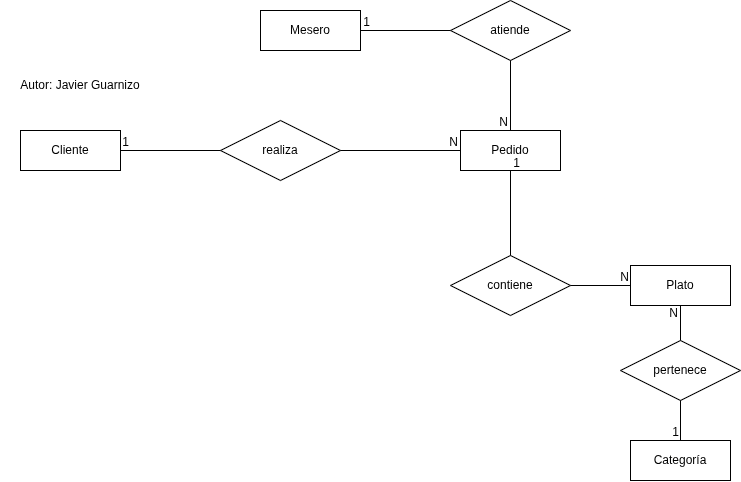
The draw.io diagram AA/EjerciciosEntidadRelación/Ejercicio2.drawio.png in TheJavier37/Portafolio_Base_De_Datos, before a commit. Source tidied: cells renumbered, new cells last; positions are measured from the earlier drawing's top-left corner, leaving out a move shared by most shapes. Its diagram source:
```xml
<mxGraphModel>
  <root>
    <mxCell id="0" />
    <mxCell id="1" parent="0" />
    <mxCell id="2" value="Cliente" style="whiteSpace=wrap;html=1;align=center;" parent="1" vertex="1">
      <mxGeometry x="20" y="130" width="100" height="40" as="geometry" />
    </mxCell>
    <mxCell id="3" value="realiza" style="shape=rhombus;perimeter=rhombusPerimeter;whiteSpace=wrap;html=1;align=center;" parent="1" vertex="1">
      <mxGeometry x="220" y="120" width="120" height="60" as="geometry" />
    </mxCell>
    <mxCell id="4" value="Pedido" style="whiteSpace=wrap;html=1;align=center;" parent="1" vertex="1">
      <mxGeometry x="460" y="130" width="100" height="40" as="geometry" />
    </mxCell>
    <mxCell id="5" value="Plato" style="whiteSpace=wrap;html=1;align=center;" parent="1" vertex="1">
      <mxGeometry x="630" y="265" width="100" height="40" as="geometry" />
    </mxCell>
    <mxCell id="6" value="Mesero" style="whiteSpace=wrap;html=1;align=center;" parent="1" vertex="1">
      <mxGeometry x="260" y="10" width="100" height="40" as="geometry" />
    </mxCell>
    <mxCell id="7" value="Categoría" style="whiteSpace=wrap;html=1;align=center;" parent="1" vertex="1">
      <mxGeometry x="630" y="440" width="100" height="40" as="geometry" />
    </mxCell>
    <mxCell id="8" value="pertenece" style="shape=rhombus;perimeter=rhombusPerimeter;whiteSpace=wrap;html=1;align=center;" parent="1" vertex="1">
      <mxGeometry x="620" y="340" width="120" height="60" as="geometry" />
    </mxCell>
    <mxCell id="9" style="endArrow=none;html=1;rounded=0;exitX=0;exitY=0.5;exitDx=0;exitDy=0;entryX=1;entryY=0.5;entryDx=0;entryDy=0;" parent="1" edge="1" source="3" target="2">
      <mxGeometry relative="1" as="geometry" />
    </mxCell>
    <mxCell id="10" value="1" style="html=1;whiteSpace=wrap;align=right;verticalAlign=bottom;" parent="9" vertex="1">
      <mxGeometry x="0.8" relative="1" as="geometry" />
    </mxCell>
    <mxCell id="11" style="endArrow=none;html=1;rounded=0;entryX=0;entryY=0.5;entryDx=0;entryDy=0;exitX=1;exitY=0.5;exitDx=0;exitDy=0;" parent="1" edge="1" source="3" target="4">
      <mxGeometry relative="1" as="geometry" />
    </mxCell>
    <mxCell id="12" value="N" style="html=1;whiteSpace=wrap;align=right;verticalAlign=bottom;" parent="11" vertex="1">
      <mxGeometry x="1" relative="1" as="geometry">
        <mxPoint x="-1" as="offset" />
      </mxGeometry>
    </mxCell>
    <mxCell id="13" value="contiene" style="shape=rhombus;perimeter=rhombusPerimeter;whiteSpace=wrap;html=1;align=center;" parent="1" vertex="1">
      <mxGeometry x="450" y="255" width="120" height="60" as="geometry" />
    </mxCell>
    <mxCell id="14" value="atiende" style="shape=rhombus;perimeter=rhombusPerimeter;whiteSpace=wrap;html=1;align=center;" parent="1" vertex="1">
      <mxGeometry x="450" width="120" height="60" as="geometry" />
    </mxCell>
    <mxCell id="15" style="endArrow=none;html=1;rounded=0;entryX=1;entryY=0.5;entryDx=0;entryDy=0;exitX=0;exitY=0.5;exitDx=0;exitDy=0;" parent="1" edge="1" source="14" target="6">
      <mxGeometry relative="1" as="geometry" />
    </mxCell>
    <mxCell id="16" value="1" style="html=1;whiteSpace=wrap;align=right;verticalAlign=bottom;" parent="15" vertex="1">
      <mxGeometry x="1" relative="1" as="geometry">
        <mxPoint x="11" as="offset" />
      </mxGeometry>
    </mxCell>
    <mxCell id="17" style="endArrow=none;html=1;rounded=0;entryX=0.5;entryY=0;entryDx=0;entryDy=0;exitX=0.5;exitY=1;exitDx=0;exitDy=0;" parent="1" edge="1" source="14" target="4">
      <mxGeometry relative="1" as="geometry" />
    </mxCell>
    <mxCell id="18" value="N" style="html=1;whiteSpace=wrap;align=right;verticalAlign=bottom;" parent="17" vertex="1">
      <mxGeometry x="1" relative="1" as="geometry">
        <mxPoint x="-1" as="offset" />
      </mxGeometry>
    </mxCell>
    <mxCell id="19" style="endArrow=none;html=1;rounded=0;entryX=0.5;entryY=1;entryDx=0;entryDy=0;exitX=0.5;exitY=0;exitDx=0;exitDy=0;" parent="1" edge="1" source="13" target="4">
      <mxGeometry relative="1" as="geometry" />
    </mxCell>
    <mxCell id="20" value="1" style="html=1;whiteSpace=wrap;align=right;verticalAlign=bottom;" parent="19" vertex="1">
      <mxGeometry x="0.99" relative="1" as="geometry">
        <mxPoint x="11" as="offset" />
      </mxGeometry>
    </mxCell>
    <mxCell id="21" style="endArrow=none;html=1;rounded=0;exitX=1;exitY=0.5;exitDx=0;exitDy=0;entryX=0;entryY=0.5;entryDx=0;entryDy=0;" parent="1" edge="1" source="13" target="5">
      <mxGeometry relative="1" as="geometry" />
    </mxCell>
    <mxCell id="22" value="N" style="html=1;whiteSpace=wrap;align=right;verticalAlign=bottom;" parent="21" vertex="1">
      <mxGeometry x="1" relative="1" as="geometry" />
    </mxCell>
    <mxCell id="23" style="endArrow=none;html=1;rounded=0;entryX=0.5;entryY=1;entryDx=0;entryDy=0;exitX=0.5;exitY=0;exitDx=0;exitDy=0;" parent="1" edge="1" source="8" target="5">
      <mxGeometry relative="1" as="geometry" />
    </mxCell>
    <mxCell id="24" value="N" style="html=1;whiteSpace=wrap;align=right;verticalAlign=bottom;" parent="23" vertex="1">
      <mxGeometry x="1" relative="1" as="geometry">
        <mxPoint x="-1" y="16" as="offset" />
      </mxGeometry>
    </mxCell>
    <mxCell id="25" style="endArrow=none;html=1;rounded=0;entryX=0.5;entryY=0;entryDx=0;entryDy=0;exitX=0.5;exitY=1;exitDx=0;exitDy=0;" parent="1" edge="1" source="8" target="7">
      <mxGeometry relative="1" as="geometry" />
    </mxCell>
    <mxCell id="26" value="1" style="html=1;whiteSpace=wrap;align=right;verticalAlign=bottom;" parent="25" vertex="1">
      <mxGeometry x="1" relative="1" as="geometry" />
    </mxCell>
    <mxCell id="27" value="Autor: Javier Guarnizo" style="text;html=1;whiteSpace=wrap;strokeColor=none;fillColor=none;align=center;verticalAlign=middle;rounded=0;" parent="1" vertex="1">
      <mxGeometry y="70" width="160" height="30" as="geometry" />
    </mxCell>
  </root>
</mxGraphModel>
```
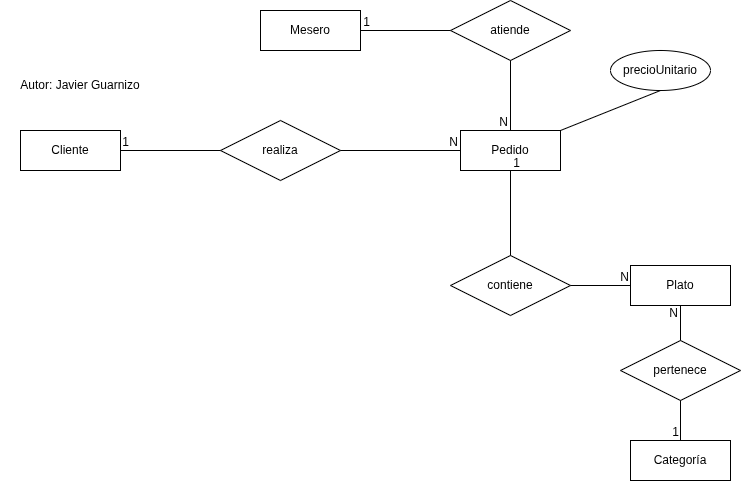
The same diagram one commit later.

What changed in the source:
```diff
@@ -90,5 +90,11 @@
     <mxCell id="27" value="Autor: Javier Guarnizo" style="text;html=1;whiteSpace=wrap;strokeColor=none;fillColor=none;align=center;verticalAlign=middle;rounded=0;" parent="1" vertex="1">
       <mxGeometry y="70" width="160" height="30" as="geometry" />
     </mxCell>
+    <mxCell id="28" value="precioUnitario" style="ellipse;whiteSpace=wrap;html=1;align=center;" parent="1" vertex="1">
+      <mxGeometry x="610" y="50" width="100" height="40" as="geometry" />
+    </mxCell>
+    <mxCell id="29" style="endArrow=none;html=1;rounded=0;entryX=0.5;entryY=1;entryDx=0;entryDy=0;exitX=1;exitY=0;exitDx=0;exitDy=0;" parent="1" edge="1" source="4" target="28">
+      <mxGeometry relative="1" as="geometry" />
+    </mxCell>
   </root>
 </mxGraphModel>
```
